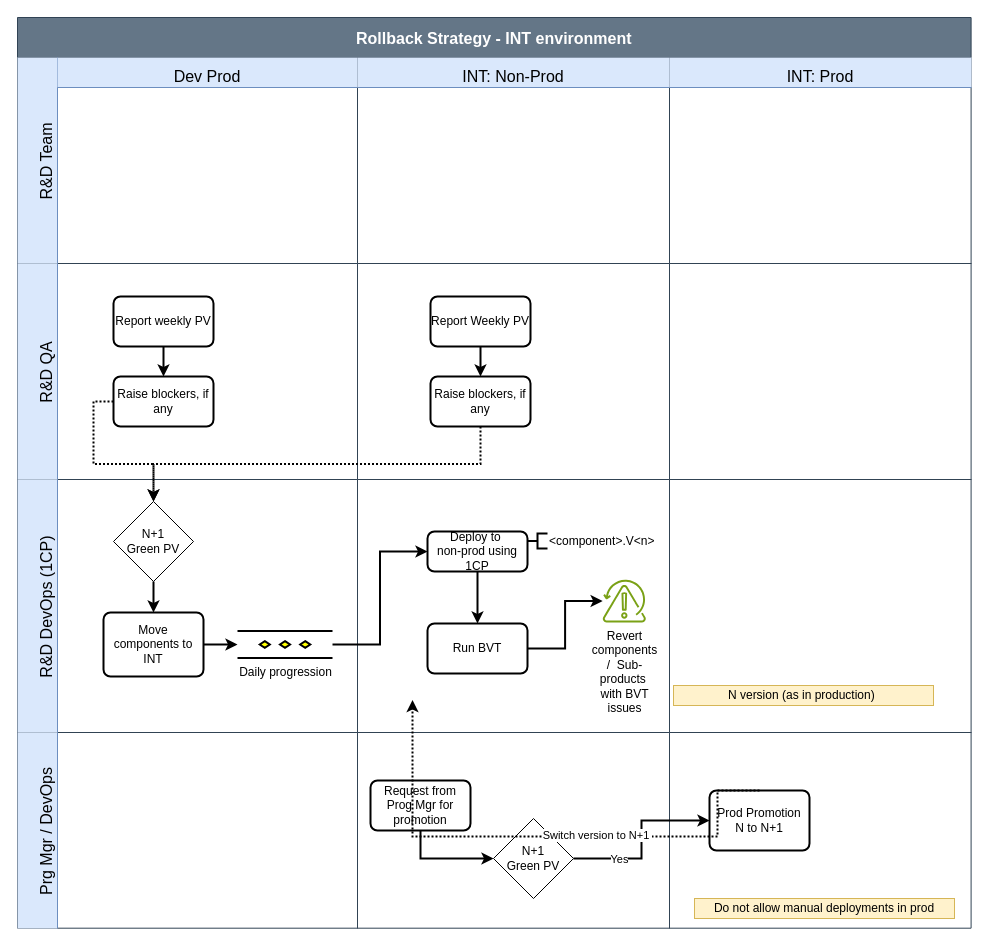
The draw.io diagram ReleaseProcess1.drawio in prasad-gsk-IBM/myibmrepo-prasad, before the edit. Source tidied: cells renumbered, new cells numbered last; positions are measured from the earlier drawing's top-left corner, leaving out a move shared by most shapes. Both pictures are drawn from the tidied source at 100%, with x=0, y=0 at pixel (17, 17).
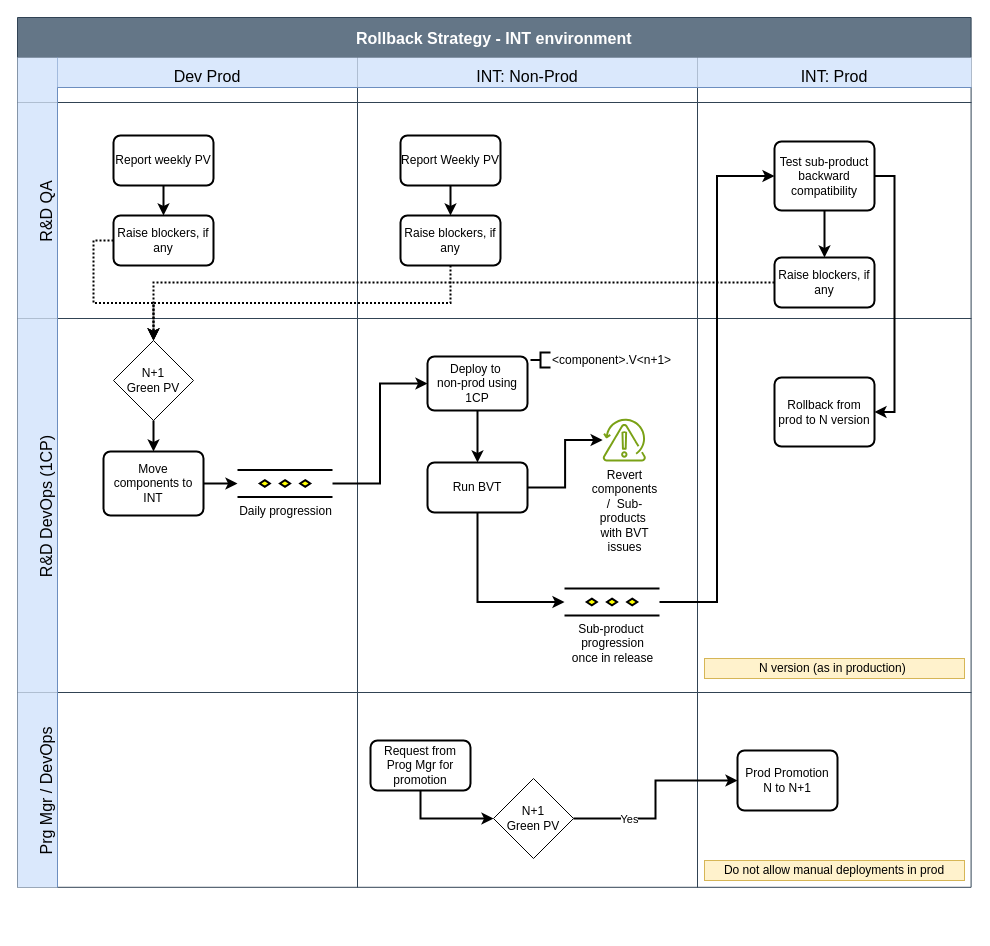
The same diagram, later.

Unchanged cells that the change refers to:
```xml
<mxCell id="20" value="N+1&lt;div&gt;Green PV&lt;/div&gt;" style="rhombus;whiteSpace=wrap;html=1;" parent="19" vertex="1">
  <mxGeometry x="-244" y="22" width="80" height="80" as="geometry" />
</mxCell>
<mxCell id="28" value="Run BVT" style="rounded=1;whiteSpace=wrap;html=1;absoluteArcSize=1;arcSize=14;strokeWidth=2;" parent="19" vertex="1">
  <mxGeometry x="70" y="144" width="100" height="50" as="geometry" />
</mxCell>
<mxCell id="42" value="Prod Promotion&lt;div&gt;N to N+1&lt;/div&gt;" style="rounded=1;whiteSpace=wrap;html=1;absoluteArcSize=1;arcSize=14;strokeWidth=2;" parent="41" vertex="1">
  <mxGeometry x="40" y="58" width="100" height="60" as="geometry" />
</mxCell>
```

Change to the diagram source:
```diff
@@
     <mxCell id="2" value="Rollback Strategy - INT environment" style="shape=table;childLayout=tableLayout;startSize=40;fontSize=16;fontStyle=1;fillColor=#647687;fontColor=#ffffff;strokeColor=#314354;" parent="1" vertex="1">
-      <mxGeometry width="953.6" height="910.7" as="geometry" />
+      <mxGeometry width="953.6" height="869.8" as="geometry" />
     </mxCell>
-    <mxCell id="3" value="R&amp;D Team" style="shape=tableRow;horizontal=0;swimlaneHead=0;swimlaneBody=0;top=0;left=0;strokeColor=#6c8ebf;bottom=0;right=0;fontStyle=0;fillColor=#dae8fc;startSize=40;fontSize=16;flipV=0;flipH=0;verticalAlign=bottom;" parent="2" vertex="1">
-      <mxGeometry y="40" width="953.6" height="206" as="geometry" />
+    <mxCell id="3" style="shape=tableRow;horizontal=0;swimlaneHead=0;swimlaneBody=0;top=0;left=0;strokeColor=#6c8ebf;bottom=0;right=0;fontStyle=0;fillColor=#dae8fc;startSize=40;fontSize=16;flipV=0;flipH=0;verticalAlign=bottom;" parent="2" vertex="1">
+      <mxGeometry y="40" width="953.6" height="45" as="geometry" />
     </mxCell>
     <mxCell id="4" value="Dev Prod" style="swimlane;swimlaneHead=0;swimlaneBody=0;fontStyle=0;strokeColor=#6c8ebf;fillColor=#dae8fc;startSize=30;fontSize=16;verticalAlign=bottom;" parent="3" vertex="1">
-      <mxGeometry x="40" width="300" height="206" as="geometry" />
+      <mxGeometry x="40" width="300" height="45" as="geometry" />
     </mxCell>
     <mxCell id="5" value="INT: Non-Prod" style="swimlane;swimlaneHead=0;swimlaneBody=0;fontStyle=0;strokeColor=#6c8ebf;fillColor=#dae8fc;startSize=30;fontSize=16;verticalAlign=bottom;" parent="3" vertex="1">
-      <mxGeometry x="340" width="312" height="206" as="geometry" />
+      <mxGeometry x="340" width="340" height="45" as="geometry" />
     </mxCell>
     <mxCell id="6" value="INT: Prod" style="swimlane;swimlaneHead=0;swimlaneBody=0;fontStyle=0;strokeColor=#6c8ebf;fillColor=#dae8fc;startSize=30;fontSize=16;verticalAlign=bottom;" parent="3" vertex="1">
-      <mxGeometry x="652" width="302" height="206" as="geometry" />
+      <mxGeometry x="680" width="274" height="45" as="geometry" />
     </mxCell>
     <mxCell id="7" value="R&amp;D QA" style="shape=tableRow;horizontal=0;swimlaneHead=0;swimlaneBody=0;top=0;left=0;strokeColor=#6c8ebf;bottom=0;right=0;fontStyle=0;fillColor=#dae8fc;startSize=40;fontSize=16;flipV=0;flipH=0;verticalAlign=bottom;" parent="2" vertex="1">
-      <mxGeometry y="246" width="953.6" height="216" as="geometry" />
+      <mxGeometry y="85" width="953.6" height="216" as="geometry" />
     </mxCell>
@@
     <mxCell id="9" style="swimlane;swimlaneHead=0;swimlaneBody=0;fontStyle=0;strokeColor=#6c8ebf;fillColor=#dae8fc;startSize=0;fontSize=16;verticalAlign=bottom;strokeWidth=2;" parent="7" vertex="1">
-      <mxGeometry x="340" width="312" height="216" as="geometry" />
+      <mxGeometry x="340" width="340" height="216" as="geometry" />
     </mxCell>
@@
     <mxCell id="14" value="Report Weekly PV" style="rounded=1;whiteSpace=wrap;html=1;absoluteArcSize=1;arcSize=14;strokeWidth=2;" parent="9" vertex="1">
-      <mxGeometry x="73" y="33" width="100" height="50" as="geometry" />
+      <mxGeometry x="43" y="33" width="100" height="50" as="geometry" />
     </mxCell>
     <mxCell id="15" value="Raise blockers, if any" style="rounded=1;whiteSpace=wrap;html=1;absoluteArcSize=1;arcSize=14;strokeWidth=2;" parent="9" vertex="1">
-      <mxGeometry x="73" y="113" width="100" height="50" as="geometry" />
+      <mxGeometry x="43" y="113" width="100" height="50" as="geometry" />
     </mxCell>
     <mxCell id="16" style="swimlane;swimlaneHead=0;swimlaneBody=0;fontStyle=0;strokeColor=#6c8ebf;fillColor=#dae8fc;startSize=0;fontSize=16;verticalAlign=bottom;strokeWidth=2;" parent="7" vertex="1">
-      <mxGeometry x="652" width="302" height="216" as="geometry" />
+      <mxGeometry x="680" width="274" height="216" as="geometry" />
     </mxCell>
+    <mxCell id="50" value="Test sub-product backward compatibility" style="rounded=1;whiteSpace=wrap;html=1;absoluteArcSize=1;arcSize=14;strokeWidth=2;" parent="16" vertex="1">
+      <mxGeometry x="77" y="39" width="100" height="69" as="geometry" />
+    </mxCell>
+    <mxCell id="51" value="Raise blockers, if any" style="rounded=1;whiteSpace=wrap;html=1;absoluteArcSize=1;arcSize=14;strokeWidth=2;" parent="16" vertex="1">
+      <mxGeometry x="77" y="155" width="100" height="50" as="geometry" />
+    </mxCell>
+    <mxCell id="52" style="edgeStyle=orthogonalEdgeStyle;rounded=0;jettySize=auto;html=1;entryX=0.5;entryY=0;entryDx=0;entryDy=0;strokeWidth=2;exitX=0.5;exitY=1;exitDx=0;exitDy=0;" parent="16" edge="1" source="50" target="51">
+      <mxGeometry relative="1" as="geometry" />
+    </mxCell>
     <mxCell id="17" value="R&amp;D DevOps (1CP)" style="shape=tableRow;horizontal=0;swimlaneHead=0;swimlaneBody=0;top=0;left=0;strokeColor=#6c8ebf;bottom=0;right=0;fontStyle=0;fillColor=#dae8fc;startSize=40;fontSize=16;flipV=0;flipH=0;verticalAlign=bottom;" parent="2" vertex="1">
-      <mxGeometry y="462" width="953.6" height="253" as="geometry" />
+      <mxGeometry y="301" width="953.6" height="374" as="geometry" />
     </mxCell>
     <mxCell id="18" style="swimlane;swimlaneHead=0;swimlaneBody=0;fontStyle=0;strokeColor=#6c8ebf;fillColor=#dae8fc;startSize=0;fontSize=16;verticalAlign=bottom;" parent="17" vertex="1">
-      <mxGeometry x="40" width="300" height="253" as="geometry" />
+      <mxGeometry x="40" width="300" height="374" as="geometry" />
     </mxCell>
     <mxCell id="19" style="swimlane;swimlaneHead=0;swimlaneBody=0;fontStyle=0;strokeColor=#6c8ebf;fillColor=#dae8fc;startSize=0;fontSize=16;verticalAlign=bottom;" parent="17" vertex="1">
-      <mxGeometry x="340" width="312" height="253" as="geometry" />
+      <mxGeometry x="340" width="340" height="374" as="geometry" />
     </mxCell>
@@
     <mxCell id="26" value="Deploy to&amp;nbsp;&lt;div&gt;non-prod using 1CP&lt;/div&gt;" style="rounded=1;whiteSpace=wrap;html=1;absoluteArcSize=1;arcSize=14;strokeWidth=2;" parent="19" vertex="1">
-      <mxGeometry x="70" y="52" width="100" height="40" as="geometry" />
+      <mxGeometry x="70" y="38" width="100" height="54" as="geometry" />
     </mxCell>
-    <mxCell id="27" value="&amp;lt;component&amp;gt;.V&amp;lt;n&amp;gt;" style="strokeWidth=2;html=1;shape=mxgraph.flowchart.annotation_2;align=left;labelPosition=right;" parent="19" vertex="1">
-      <mxGeometry x="170" y="54" width="20" height="15" as="geometry" />
+    <mxCell id="27" value="&amp;lt;component&amp;gt;.V&amp;lt;n+1&amp;gt;" style="strokeWidth=2;html=1;shape=mxgraph.flowchart.annotation_2;align=left;labelPosition=right;" parent="19" vertex="1">
+      <mxGeometry x="173" y="34" width="20" height="15" as="geometry" />
     </mxCell>
@@
+    <mxCell id="53" value="Sub-product&amp;nbsp;&lt;div&gt;progression&lt;/div&gt;&lt;div&gt;once in release&lt;/div&gt;" style="verticalLabelPosition=bottom;verticalAlign=top;html=1;shape=mxgraph.flowchart.parallel_mode;strokeWidth=2;" parent="19" vertex="1">
+      <mxGeometry x="207" y="270" width="95" height="27" as="geometry" />
+    </mxCell>
+    <mxCell id="54" style="edgeStyle=orthogonalEdgeStyle;rounded=0;jettySize=auto;html=1;exitX=0.5;exitY=1;exitDx=0;exitDy=0;entryX=0;entryY=0.5;entryDx=0;entryDy=0;strokeWidth=2;entryPerimeter=0;" parent="19" edge="1" source="28" target="53">
+      <mxGeometry relative="1" as="geometry" />
+    </mxCell>
     <mxCell id="33" style="swimlane;swimlaneHead=0;swimlaneBody=0;fontStyle=0;strokeColor=#6c8ebf;fillColor=#dae8fc;startSize=0;fontSize=16;verticalAlign=bottom;" parent="17" vertex="1">
-      <mxGeometry x="652" width="302" height="253" as="geometry" />
+      <mxGeometry x="680" width="274" height="374" as="geometry" />
     </mxCell>
     <mxCell id="34" value="N version (as in production)&amp;nbsp;" style="html=1;whiteSpace=wrap;fillColor=#fff2cc;strokeColor=#d6b656;" parent="33" vertex="1">
-      <mxGeometry x="4" y="206" width="260" height="20" as="geometry" />
+      <mxGeometry x="7" y="340" width="260" height="20" as="geometry" />
     </mxCell>
+    <mxCell id="55" value="Rollback from prod to N version" style="rounded=1;whiteSpace=wrap;html=1;absoluteArcSize=1;arcSize=14;strokeWidth=2;" parent="33" vertex="1">
+      <mxGeometry x="77" y="59" width="100" height="69" as="geometry" />
+    </mxCell>
     <mxCell id="35" value="Prg Mgr / DevOps" style="shape=tableRow;horizontal=0;swimlaneHead=0;swimlaneBody=0;top=0;left=0;strokeColor=#6c8ebf;bottom=0;right=0;fontStyle=0;fillColor=#dae8fc;startSize=40;fontSize=16;flipV=0;flipH=0;verticalAlign=bottom;" parent="2" vertex="1">
-      <mxGeometry y="715" width="953.6" height="196" as="geometry" />
+      <mxGeometry y="675" width="953.6" height="195" as="geometry" />
     </mxCell>
     <mxCell id="36" style="swimlane;swimlaneHead=0;swimlaneBody=0;fontStyle=0;strokeColor=#6c8ebf;fillColor=#dae8fc;startSize=0;fontSize=16;verticalAlign=bottom;" parent="35" vertex="1">
-      <mxGeometry x="40" width="300" height="196" as="geometry" />
+      <mxGeometry x="40" width="300" height="195" as="geometry" />
     </mxCell>
     <mxCell id="37" style="swimlane;swimlaneHead=0;swimlaneBody=0;fontStyle=0;strokeColor=#6c8ebf;fillColor=#dae8fc;startSize=0;fontSize=16;verticalAlign=bottom;" parent="35" vertex="1">
-      <mxGeometry x="340" width="312" height="196" as="geometry" />
+      <mxGeometry x="340" width="340" height="195" as="geometry" />
     </mxCell>
@@
     <mxCell id="41" style="swimlane;swimlaneHead=0;swimlaneBody=0;fontStyle=0;strokeColor=#6c8ebf;fillColor=#dae8fc;startSize=0;fontSize=16;verticalAlign=bottom;" parent="35" vertex="1">
-      <mxGeometry x="652" width="302" height="196" as="geometry" />
+      <mxGeometry x="680" width="274" height="195" as="geometry" />
     </mxCell>
@@
     <mxCell id="43" value="Do not allow manual deployments in prod" style="html=1;whiteSpace=wrap;fillColor=#fff2cc;strokeColor=#d6b656;" parent="41" vertex="1">
-      <mxGeometry x="25" y="166" width="260" height="20" as="geometry" />
+      <mxGeometry x="7" y="168" width="260" height="20" as="geometry" />
     </mxCell>
@@
-    <mxCell id="47" style="edgeStyle=orthogonalEdgeStyle;rounded=0;jettySize=auto;html=1;exitX=0.5;exitY=0;exitDx=0;exitDy=0;entryX=0.5;entryY=1;entryDx=0;entryDy=0;strokeWidth=2;dashed=1;dashPattern=1 1;" parent="2" edge="1" source="42">
-      <mxGeometry relative="1" as="geometry">
-        <mxPoint x="395" y="682.5" as="targetPoint" />
-        <Array as="points">
-          <mxPoint x="700" y="819" />
-          <mxPoint x="395" y="819" />
-        </Array>
-      </mxGeometry>
-    </mxCell>
-    <mxCell id="48" value="Switch version to N+1&amp;nbsp;" style="edgeLabel;html=1;align=center;verticalAlign=middle;" parent="47" vertex="1">
-      <mxGeometry x="-0.26" relative="1" as="geometry">
-        <mxPoint x="-13" y="-2" as="offset" />
-      </mxGeometry>
-    </mxCell>
@@
+    <mxCell id="56" style="edgeStyle=orthogonalEdgeStyle;rounded=0;jettySize=auto;html=1;exitX=1;exitY=0.5;exitDx=0;exitDy=0;entryX=0;entryY=0.5;entryDx=0;entryDy=0;strokeWidth=2;exitPerimeter=0;" parent="2" edge="1" source="53" target="50">
+      <mxGeometry relative="1" as="geometry" />
+    </mxCell>
+    <mxCell id="57" style="edgeStyle=orthogonalEdgeStyle;rounded=0;jettySize=auto;html=1;exitX=0;exitY=0.5;exitDx=0;exitDy=0;strokeWidth=2;dashed=1;dashPattern=1 1;entryX=0.5;entryY=0;entryDx=0;entryDy=0;" parent="2" edge="1" source="51" target="20">
+      <mxGeometry relative="1" as="geometry" />
+    </mxCell>
+    <mxCell id="58" style="edgeStyle=orthogonalEdgeStyle;rounded=0;jettySize=auto;html=1;exitX=1;exitY=0.5;exitDx=0;exitDy=0;entryX=1;entryY=0.5;entryDx=0;entryDy=0;strokeWidth=2;" parent="2" edge="1" source="50" target="55">
+      <mxGeometry relative="1" as="geometry" />
+    </mxCell>
```
